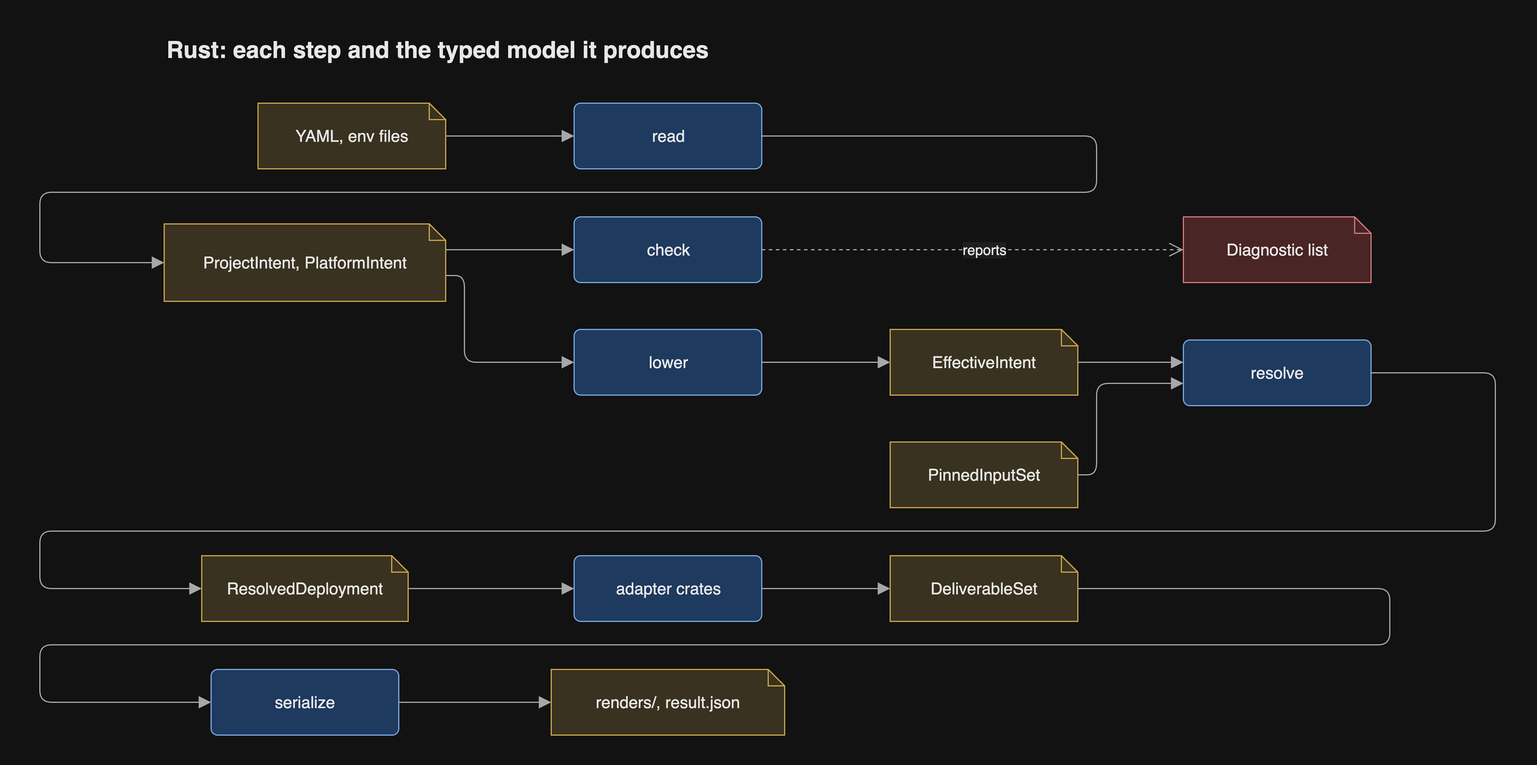
This is docs/diagrams/png/rust-pipeline.png from JorisJonkers-dev/estate-kit, a draw.io export, as it was before one commit. Source tidied: cells renumbered, new cells last; positions are measured from the earlier drawing's top-left corner, leaving out a move shared by most shapes. The source it was exported from:
```xml
<mxGraphModel>
  <root>
    <mxCell id="0" />
    <mxCell id="1" parent="0" />
    <mxCell id="2" value="YAML, env files" style="shape=note;size=14;html=1;whiteSpace=wrap;fontSize=14;fontColor=light-dark(#1a1a1a,#e8e8e8);fillColor=light-dark(#fff2cc,#3a3220);strokeColor=light-dark(#d6b656,#c9a74a);fontFamily=Helvetica;" parent="1" vertex="1">
      <mxGeometry x="186" y="64" width="160" height="56" as="geometry" />
    </mxCell>
    <mxCell id="3" value="read" style="rounded=1;arcSize=10;html=1;whiteSpace=wrap;fontSize=14;fontColor=light-dark(#1a1a1a,#e8e8e8);fillColor=light-dark(#dae8fc,#1f3a5f);strokeColor=light-dark(#6c8ebf,#7aa7e0);fontFamily=Helvetica;" parent="1" vertex="1">
      <mxGeometry x="455.5" y="64" width="160" height="56" as="geometry" />
    </mxCell>
    <mxCell id="4" value="ProjectIntent, PlatformIntent" style="shape=note;size=14;html=1;whiteSpace=wrap;fontSize=14;fontColor=light-dark(#1a1a1a,#e8e8e8);fillColor=light-dark(#fff2cc,#3a3220);strokeColor=light-dark(#d6b656,#c9a74a);fontFamily=Helvetica;" parent="1" vertex="1">
      <mxGeometry x="106" y="167" width="240" height="66" as="geometry" />
    </mxCell>
    <mxCell id="5" value="check" style="rounded=1;arcSize=10;html=1;whiteSpace=wrap;fontSize=14;fontColor=light-dark(#1a1a1a,#e8e8e8);fillColor=light-dark(#dae8fc,#1f3a5f);strokeColor=light-dark(#6c8ebf,#7aa7e0);fontFamily=Helvetica;" parent="1" vertex="1">
      <mxGeometry x="455.5" y="161" width="160" height="56" as="geometry" />
    </mxCell>
    <mxCell id="6" value="Diagnostic list" style="shape=note;size=14;html=1;whiteSpace=wrap;fontSize=14;fontColor=light-dark(#1a1a1a,#e8e8e8);fillColor=light-dark(#f8cecc,#4a2525);strokeColor=light-dark(#b85450,#d47a7a);fontFamily=Helvetica;" parent="1" vertex="1">
      <mxGeometry x="975" y="161" width="160" height="56" as="geometry" />
    </mxCell>
    <mxCell id="7" value="lower" style="rounded=1;arcSize=10;html=1;whiteSpace=wrap;fontSize=14;fontColor=light-dark(#1a1a1a,#e8e8e8);fillColor=light-dark(#dae8fc,#1f3a5f);strokeColor=light-dark(#6c8ebf,#7aa7e0);fontFamily=Helvetica;" parent="1" vertex="1">
      <mxGeometry x="455.5" y="257" width="160" height="56" as="geometry" />
    </mxCell>
    <mxCell id="8" value="EffectiveIntent" style="shape=note;size=14;html=1;whiteSpace=wrap;fontSize=14;fontColor=light-dark(#1a1a1a,#e8e8e8);fillColor=light-dark(#fff2cc,#3a3220);strokeColor=light-dark(#d6b656,#c9a74a);fontFamily=Helvetica;" parent="1" vertex="1">
      <mxGeometry x="725" y="257" width="160" height="56" as="geometry" />
    </mxCell>
    <mxCell id="9" value="PinnedInputSet" style="shape=note;size=14;html=1;whiteSpace=wrap;fontSize=14;fontColor=light-dark(#1a1a1a,#e8e8e8);fillColor=light-dark(#fff2cc,#3a3220);strokeColor=light-dark(#d6b656,#c9a74a);fontFamily=Helvetica;" parent="1" vertex="1">
      <mxGeometry x="725" y="353" width="160" height="56" as="geometry" />
    </mxCell>
    <mxCell id="10" value="resolve" style="rounded=1;arcSize=10;html=1;whiteSpace=wrap;fontSize=14;fontColor=light-dark(#1a1a1a,#e8e8e8);fillColor=light-dark(#dae8fc,#1f3a5f);strokeColor=light-dark(#6c8ebf,#7aa7e0);fontFamily=Helvetica;" parent="1" vertex="1">
      <mxGeometry x="975" y="266" width="160" height="56" as="geometry" />
    </mxCell>
    <mxCell id="11" value="ResolvedDeployment" style="shape=note;size=14;html=1;whiteSpace=wrap;fontSize=14;fontColor=light-dark(#1a1a1a,#e8e8e8);fillColor=light-dark(#fff2cc,#3a3220);strokeColor=light-dark(#d6b656,#c9a74a);fontFamily=Helvetica;" parent="1" vertex="1">
      <mxGeometry x="138" y="450" width="176" height="56" as="geometry" />
    </mxCell>
    <mxCell id="12" value="adapter crates" style="rounded=1;arcSize=10;html=1;whiteSpace=wrap;fontSize=14;fontColor=light-dark(#1a1a1a,#e8e8e8);fillColor=light-dark(#dae8fc,#1f3a5f);strokeColor=light-dark(#6c8ebf,#7aa7e0);fontFamily=Helvetica;" parent="1" vertex="1">
      <mxGeometry x="455.5" y="450" width="160" height="56" as="geometry" />
    </mxCell>
    <mxCell id="13" value="DeliverableSet" style="shape=note;size=14;html=1;whiteSpace=wrap;fontSize=14;fontColor=light-dark(#1a1a1a,#e8e8e8);fillColor=light-dark(#fff2cc,#3a3220);strokeColor=light-dark(#d6b656,#c9a74a);fontFamily=Helvetica;" parent="1" vertex="1">
      <mxGeometry x="725" y="450" width="160" height="56" as="geometry" />
    </mxCell>
    <mxCell id="14" value="serialize" style="rounded=1;arcSize=10;html=1;whiteSpace=wrap;fontSize=14;fontColor=light-dark(#1a1a1a,#e8e8e8);fillColor=light-dark(#dae8fc,#1f3a5f);strokeColor=light-dark(#6c8ebf,#7aa7e0);fontFamily=Helvetica;" parent="1" vertex="1">
      <mxGeometry x="146" y="547" width="160" height="56" as="geometry" />
    </mxCell>
    <mxCell id="15" value="renders/, result.json" style="shape=note;size=14;html=1;whiteSpace=wrap;fontSize=14;fontColor=light-dark(#1a1a1a,#e8e8e8);fillColor=light-dark(#fff2cc,#3a3220);strokeColor=light-dark(#d6b656,#c9a74a);fontFamily=Helvetica;" parent="1" vertex="1">
      <mxGeometry x="436" y="547" width="199" height="56" as="geometry" />
    </mxCell>
    <mxCell id="16" style="html=1;rounded=1;fontSize=14;fontSize=12;fontColor=light-dark(#1a1a1a,#e8e8e8);strokeColor=light-dark(#666666,#a8a8a8);endArrow=block;endFill=1;endSize=8;curved=0;exitX=1;exitY=0.5;entryX=0;entryY=0.5;edgeStyle=orthogonalEdgeStyle;fontFamily=Helvetica;labelBackgroundColor=light-dark(#ffffff,#1e1e1e);" parent="1" edge="1" source="2" target="3">
      <mxGeometry relative="1" as="geometry">
        <Array as="points">
          <mxPoint x="400.8" y="92" />
        </Array>
      </mxGeometry>
    </mxCell>
    <mxCell id="17" style="html=1;rounded=1;fontSize=14;fontSize=12;fontColor=light-dark(#1a1a1a,#e8e8e8);strokeColor=light-dark(#666666,#a8a8a8);endArrow=block;endFill=1;endSize=8;curved=0;exitX=1;exitY=0.5;entryX=0;entryY=0.5;edgeStyle=orthogonalEdgeStyle;fontFamily=Helvetica;labelBackgroundColor=light-dark(#ffffff,#1e1e1e);" parent="1" edge="1" source="3" target="4">
      <mxGeometry relative="1" as="geometry">
        <Array as="points">
          <mxPoint x="901" y="92" />
          <mxPoint x="901" y="140" />
          <mxPoint y="140" />
          <mxPoint y="200" />
        </Array>
      </mxGeometry>
    </mxCell>
    <mxCell id="18" style="html=1;rounded=1;fontSize=14;fontSize=12;fontColor=light-dark(#1a1a1a,#e8e8e8);strokeColor=light-dark(#666666,#a8a8a8);endArrow=block;endFill=1;endSize=8;curved=0;exitX=1;exitY=0.3333;entryX=0;entryY=0.5;edgeStyle=orthogonalEdgeStyle;fontFamily=Helvetica;labelBackgroundColor=light-dark(#ffffff,#1e1e1e);" parent="1" edge="1" source="4" target="5">
      <mxGeometry relative="1" as="geometry">
        <Array as="points">
          <mxPoint x="400.8" y="189" />
        </Array>
      </mxGeometry>
    </mxCell>
    <mxCell id="19" style="html=1;rounded=1;fontSize=14;fontSize=12;fontColor=light-dark(#1a1a1a,#e8e8e8);strokeColor=light-dark(#666666,#a8a8a8);endArrow=block;endFill=1;endSize=8;curved=0;exitX=1;exitY=0.6667;entryX=0;entryY=0.5;edgeStyle=orthogonalEdgeStyle;fontFamily=Helvetica;labelBackgroundColor=light-dark(#ffffff,#1e1e1e);" parent="1" edge="1" source="4" target="7">
      <mxGeometry relative="1" as="geometry">
        <Array as="points">
          <mxPoint x="362" y="211" />
          <mxPoint x="362" y="285" />
        </Array>
      </mxGeometry>
    </mxCell>
    <mxCell id="20" style="html=1;rounded=1;fontSize=14;fontSize=12;fontColor=light-dark(#1a1a1a,#e8e8e8);strokeColor=light-dark(#666666,#a8a8a8);endArrow=block;endFill=1;endSize=8;curved=0;exitX=1;exitY=0.5;entryX=0;entryY=0.5;edgeStyle=orthogonalEdgeStyle;fontFamily=Helvetica;labelBackgroundColor=light-dark(#ffffff,#1e1e1e);" parent="1" edge="1" source="7" target="8">
      <mxGeometry relative="1" as="geometry">
        <Array as="points">
          <mxPoint x="670.2" y="285" />
        </Array>
      </mxGeometry>
    </mxCell>
    <mxCell id="21" style="html=1;rounded=1;fontSize=14;fontSize=12;fontColor=light-dark(#1a1a1a,#e8e8e8);strokeColor=light-dark(#666666,#a8a8a8);endArrow=block;endFill=1;endSize=8;curved=0;exitX=1;exitY=0.5;entryX=0;entryY=0.3393;edgeStyle=orthogonalEdgeStyle;fontFamily=Helvetica;labelBackgroundColor=light-dark(#ffffff,#1e1e1e);" parent="1" edge="1" source="8" target="10">
      <mxGeometry relative="1" as="geometry">
        <Array as="points">
          <mxPoint x="930" y="285" />
        </Array>
      </mxGeometry>
    </mxCell>
    <mxCell id="22" style="html=1;rounded=1;fontSize=14;fontSize=12;fontColor=light-dark(#1a1a1a,#e8e8e8);strokeColor=light-dark(#666666,#a8a8a8);endArrow=block;endFill=1;endSize=8;curved=0;exitX=1;exitY=0.5;entryX=0;entryY=0.6607;edgeStyle=orthogonalEdgeStyle;fontFamily=Helvetica;labelBackgroundColor=light-dark(#ffffff,#1e1e1e);" parent="1" edge="1" source="9" target="10">
      <mxGeometry relative="1" as="geometry">
        <Array as="points">
          <mxPoint x="901" y="381" />
          <mxPoint x="901" y="303" />
        </Array>
      </mxGeometry>
    </mxCell>
    <mxCell id="23" style="html=1;rounded=1;fontSize=14;fontSize=12;fontColor=light-dark(#1a1a1a,#e8e8e8);strokeColor=light-dark(#666666,#a8a8a8);endArrow=block;endFill=1;endSize=8;curved=0;exitX=1;exitY=0.5;entryX=0;entryY=0.5;edgeStyle=orthogonalEdgeStyle;fontFamily=Helvetica;labelBackgroundColor=light-dark(#ffffff,#1e1e1e);" parent="1" edge="1" source="10" target="11">
      <mxGeometry relative="1" as="geometry">
        <Array as="points">
          <mxPoint x="1241" y="294" />
          <mxPoint x="1241" y="429" />
          <mxPoint y="429" />
          <mxPoint y="478" />
        </Array>
      </mxGeometry>
    </mxCell>
    <mxCell id="24" style="html=1;rounded=1;fontSize=14;fontSize=12;fontColor=light-dark(#1a1a1a,#e8e8e8);strokeColor=light-dark(#666666,#a8a8a8);endArrow=block;endFill=1;endSize=8;curved=0;exitX=1;exitY=0.5;entryX=0;entryY=0.5;edgeStyle=orthogonalEdgeStyle;fontFamily=Helvetica;labelBackgroundColor=light-dark(#ffffff,#1e1e1e);" parent="1" edge="1" source="11" target="12">
      <mxGeometry relative="1" as="geometry">
        <Array as="points">
          <mxPoint x="384.8" y="478" />
        </Array>
      </mxGeometry>
    </mxCell>
    <mxCell id="25" style="html=1;rounded=1;fontSize=14;fontSize=12;fontColor=light-dark(#1a1a1a,#e8e8e8);strokeColor=light-dark(#666666,#a8a8a8);endArrow=block;endFill=1;endSize=8;curved=0;exitX=1;exitY=0.5;entryX=0;entryY=0.5;edgeStyle=orthogonalEdgeStyle;fontFamily=Helvetica;labelBackgroundColor=light-dark(#ffffff,#1e1e1e);" parent="1" edge="1" source="12" target="13">
      <mxGeometry relative="1" as="geometry">
        <Array as="points">
          <mxPoint x="670.2" y="478" />
        </Array>
      </mxGeometry>
    </mxCell>
    <mxCell id="26" style="html=1;rounded=1;fontSize=14;fontSize=12;fontColor=light-dark(#1a1a1a,#e8e8e8);strokeColor=light-dark(#666666,#a8a8a8);endArrow=block;endFill=1;endSize=8;curved=0;exitX=1;exitY=0.5;entryX=0;entryY=0.5;edgeStyle=orthogonalEdgeStyle;fontFamily=Helvetica;labelBackgroundColor=light-dark(#ffffff,#1e1e1e);" parent="1" edge="1" source="13" target="14">
      <mxGeometry relative="1" as="geometry">
        <Array as="points">
          <mxPoint x="1151" y="478" />
          <mxPoint x="1151" y="526" />
          <mxPoint y="526" />
          <mxPoint y="575" />
        </Array>
      </mxGeometry>
    </mxCell>
    <mxCell id="27" style="html=1;rounded=1;fontSize=14;fontSize=12;fontColor=light-dark(#1a1a1a,#e8e8e8);strokeColor=light-dark(#666666,#a8a8a8);endArrow=block;endFill=1;endSize=8;curved=0;exitX=1;exitY=0.5;entryX=0;entryY=0.5;edgeStyle=orthogonalEdgeStyle;fontFamily=Helvetica;labelBackgroundColor=light-dark(#ffffff,#1e1e1e);" parent="1" edge="1" source="14" target="15">
      <mxGeometry relative="1" as="geometry">
        <Array as="points">
          <mxPoint x="371" y="575" />
        </Array>
      </mxGeometry>
    </mxCell>
    <mxCell id="28" value="reports" style="html=1;rounded=1;fontSize=14;fontSize=12;fontColor=light-dark(#1a1a1a,#e8e8e8);strokeColor=light-dark(#666666,#a8a8a8);endArrow=open;endSize=10;dashed=1;curved=0;exitX=1;exitY=0.5;entryX=0;entryY=0.5;edgeStyle=orthogonalEdgeStyle;fontFamily=Helvetica;labelBackgroundColor=light-dark(#ffffff,#1e1e1e);" parent="1" edge="1" source="5" target="6">
      <mxGeometry relative="1" as="geometry">
        <Array as="points">
          <mxPoint x="795.2" y="189" />
        </Array>
        <mxPoint x="9.8" as="offset" />
      </mxGeometry>
    </mxCell>
    <mxCell id="29" value="Rust: each step and the typed model it produces" style="text;html=1;whiteSpace=wrap;align=left;verticalAlign=middle;fontSize=20;fontStyle=1;fontColor=light-dark(#1a1a1a,#e8e8e8);fontFamily=Helvetica;" parent="1" vertex="1">
      <mxGeometry x="106" width="1029" height="36" as="geometry" />
    </mxCell>
  </root>
</mxGraphModel>
```
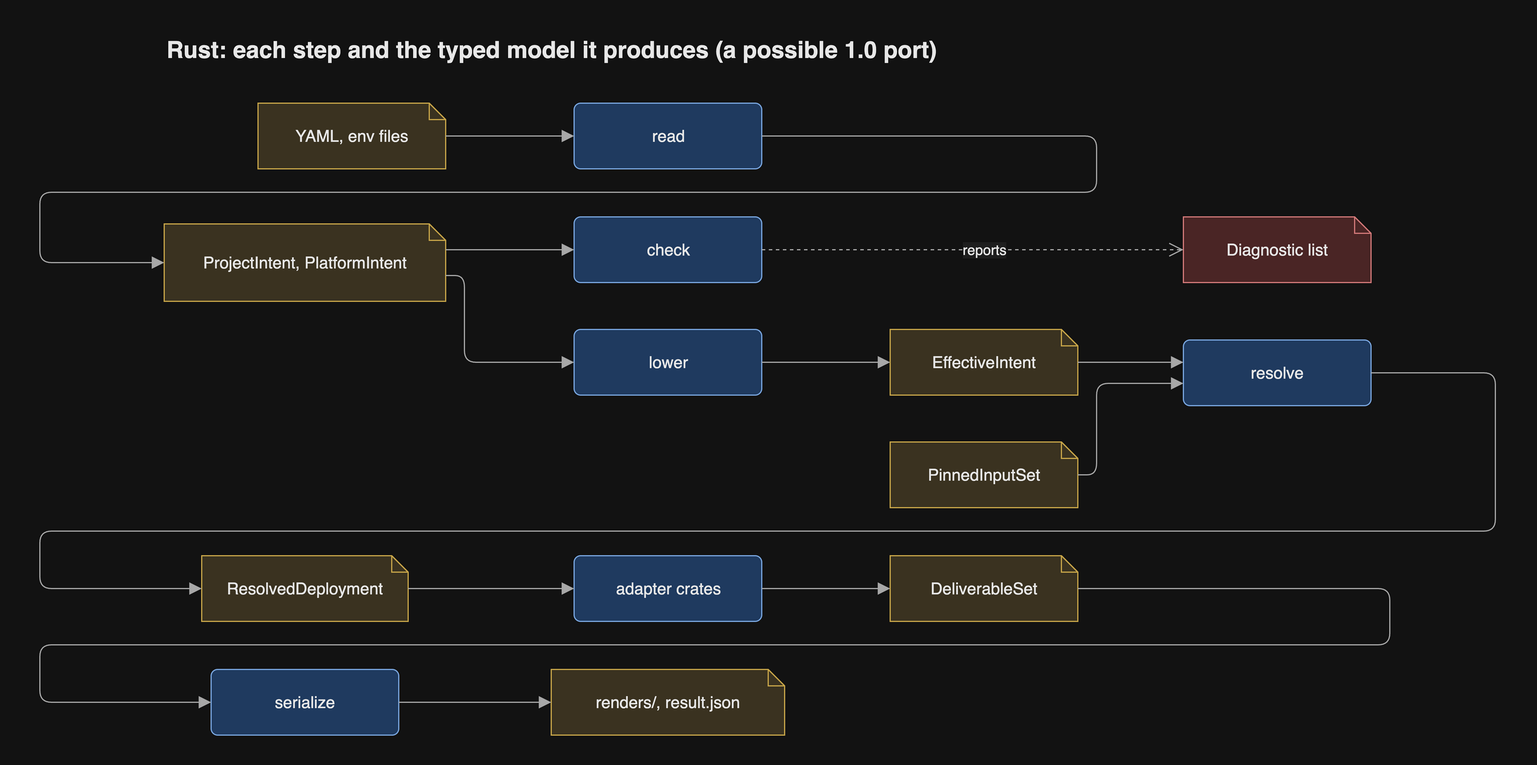
Later version of the same file.

Diff of the diagram source:
```diff
@@ -147,7 +147,7 @@
         <mxPoint x="9.8" as="offset" />
       </mxGeometry>
     </mxCell>
-    <mxCell id="29" value="Rust: each step and the typed model it produces" style="text;html=1;whiteSpace=wrap;align=left;verticalAlign=middle;fontSize=20;fontStyle=1;fontColor=light-dark(#1a1a1a,#e8e8e8);fontFamily=Helvetica;" parent="1" vertex="1">
+    <mxCell id="29" value="Rust: each step and the typed model it produces (a possible 1.0 port)" style="text;html=1;whiteSpace=wrap;align=left;verticalAlign=middle;fontSize=20;fontStyle=1;fontColor=light-dark(#1a1a1a,#e8e8e8);fontFamily=Helvetica;" parent="1" vertex="1">
       <mxGeometry x="106" width="1029" height="36" as="geometry" />
     </mxCell>
   </root>
```
